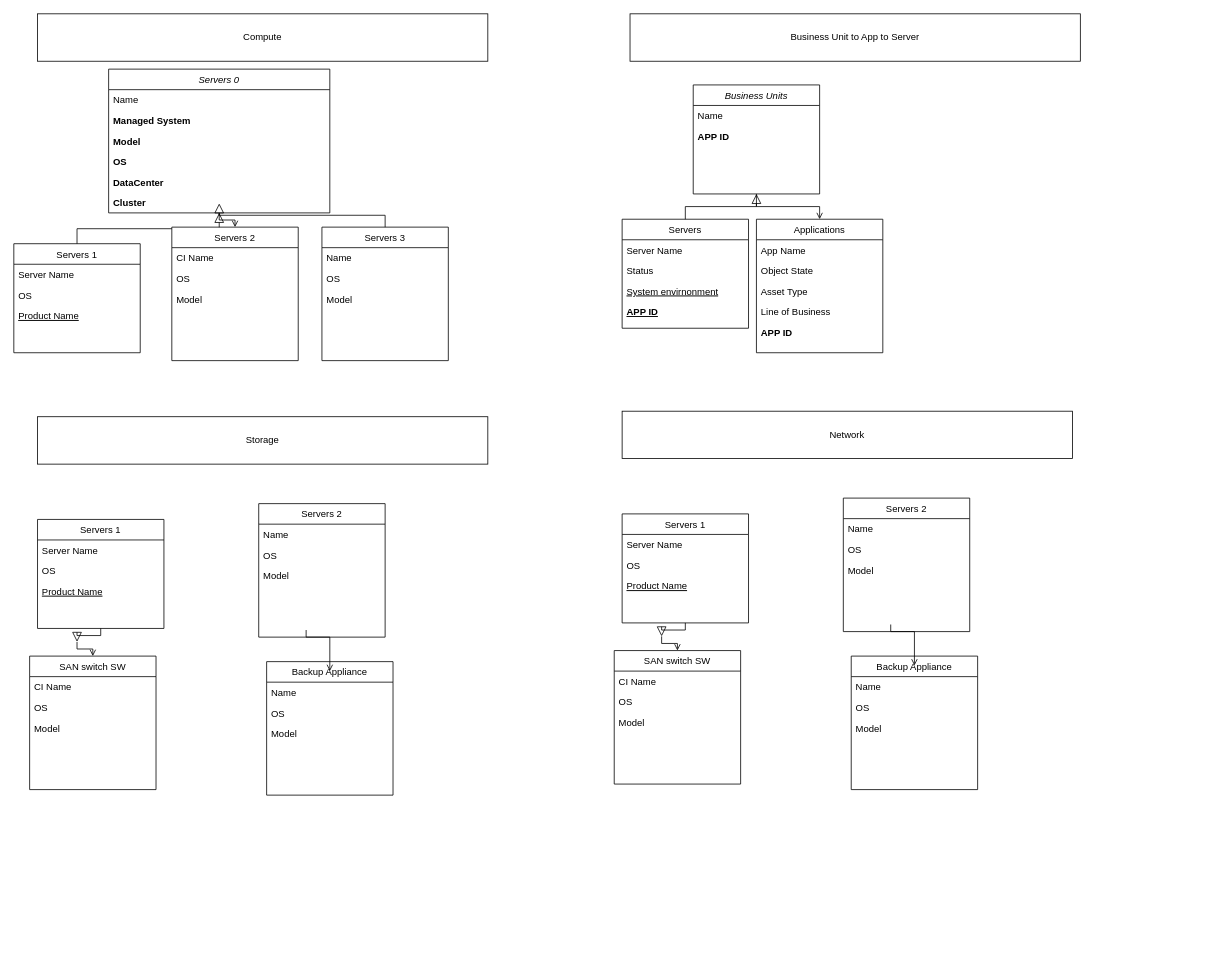
Above: page "Page-1" (1 of 2) of Untitled Diagram.drawio in ACummings23/DS-SQL-Exercise (draw.io), before the change. Source tidied: cells renumbered, new cells numbered last; positions are measured from the earlier drawing's top-left corner, leaving out a move shared by most shapes. Both pictures are drawn from the tidied source at 79%, with x=0, y=0 at pixel (13, 13).
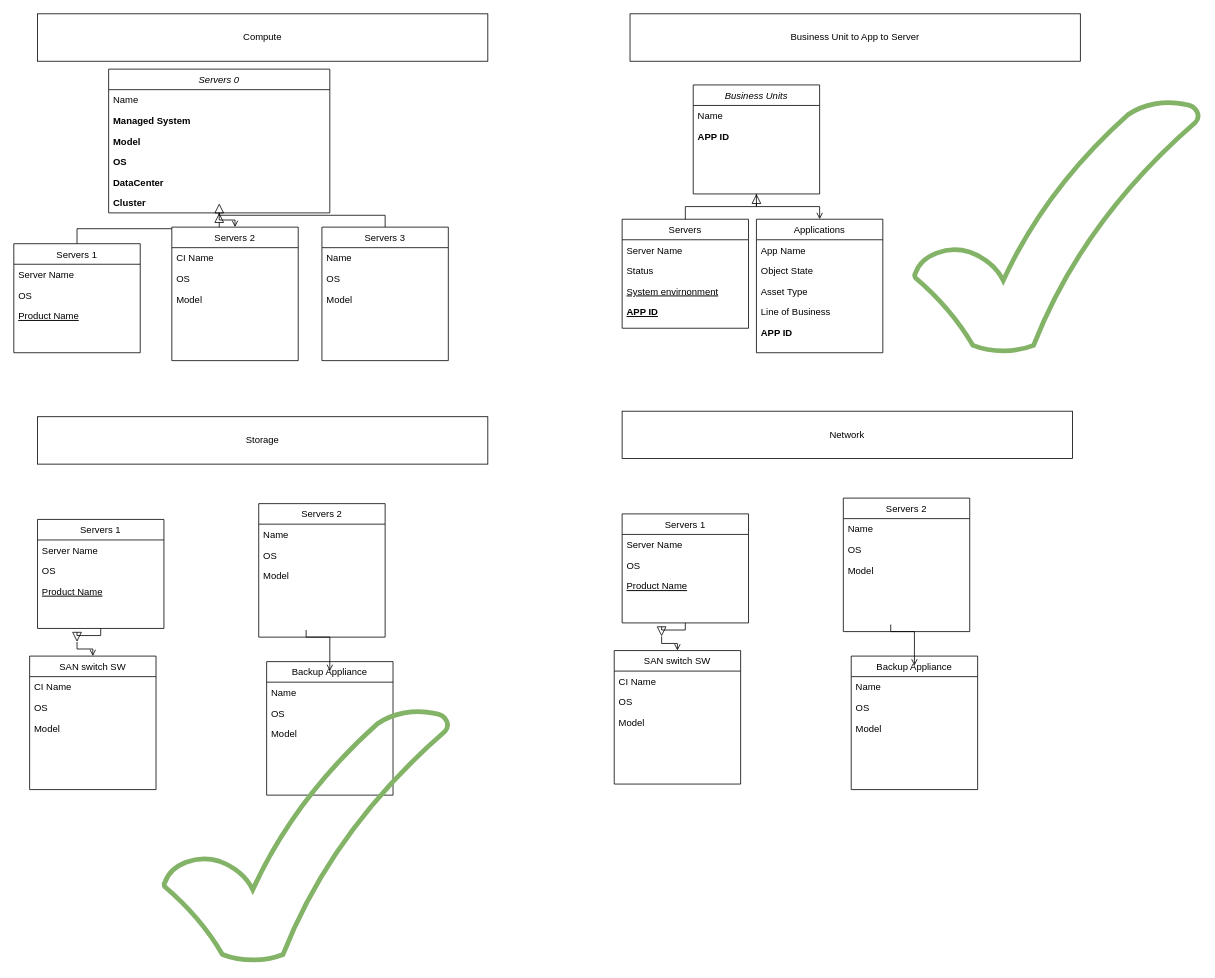
The same page after the edit.

What changed in the source:
```diff
@@
+    <mxCell id="82" style="verticalLabelPosition=bottom;verticalAlign=top;html=1;shape=mxgraph.basic.tick;fillColor=none;strokeColor=#82b366;strokeWidth=6;" parent="1" vertex="1">
+      <mxGeometry x="1140" y="109" width="360" height="320" as="geometry" />
+    </mxCell>
+    <mxCell id="83" style="verticalLabelPosition=bottom;verticalAlign=top;html=1;shape=mxgraph.basic.tick;fillColor=none;strokeColor=#82b366;strokeWidth=6;" parent="1" vertex="1">
+      <mxGeometry x="190" y="880" width="360" height="320" as="geometry" />
+    </mxCell>
```
